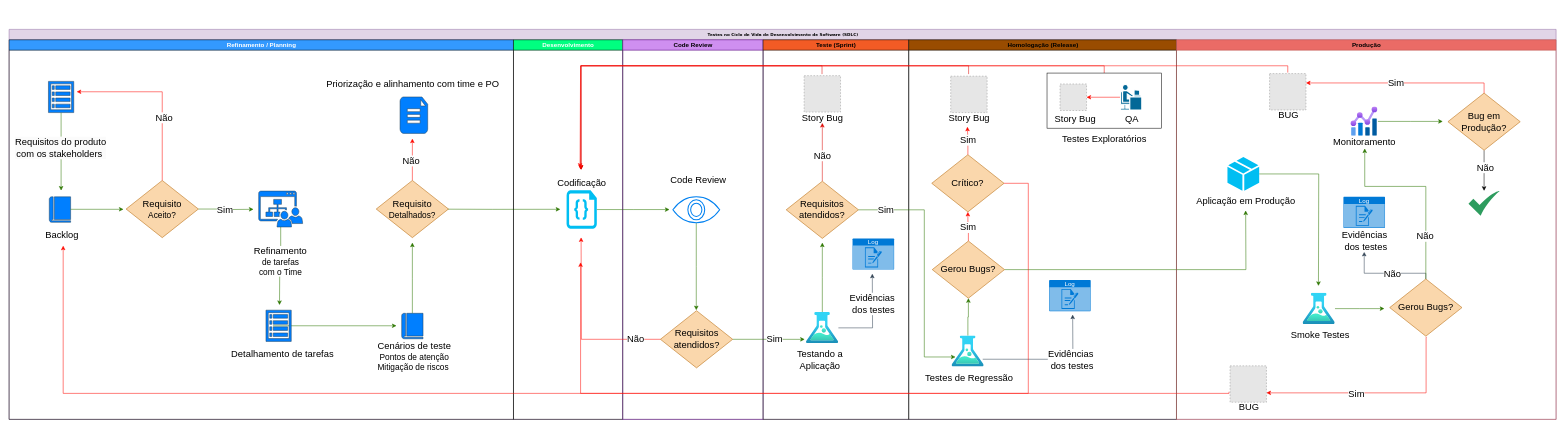
Earlier version of the draw.io diagram Testes no SDLC.drawio (QuintilianoNery/TestesNoSDLC). Source tidied: cells renumbered, new cells numbered last; positions are measured from the earlier drawing's top-left corner, leaving out a move shared by most shapes. Both pictures are drawn from the tidied source at 52%, with x=0, y=0 at pixel (9, 29). Pictures stored in the file or linked from it are replaced by grey dashed boxes.
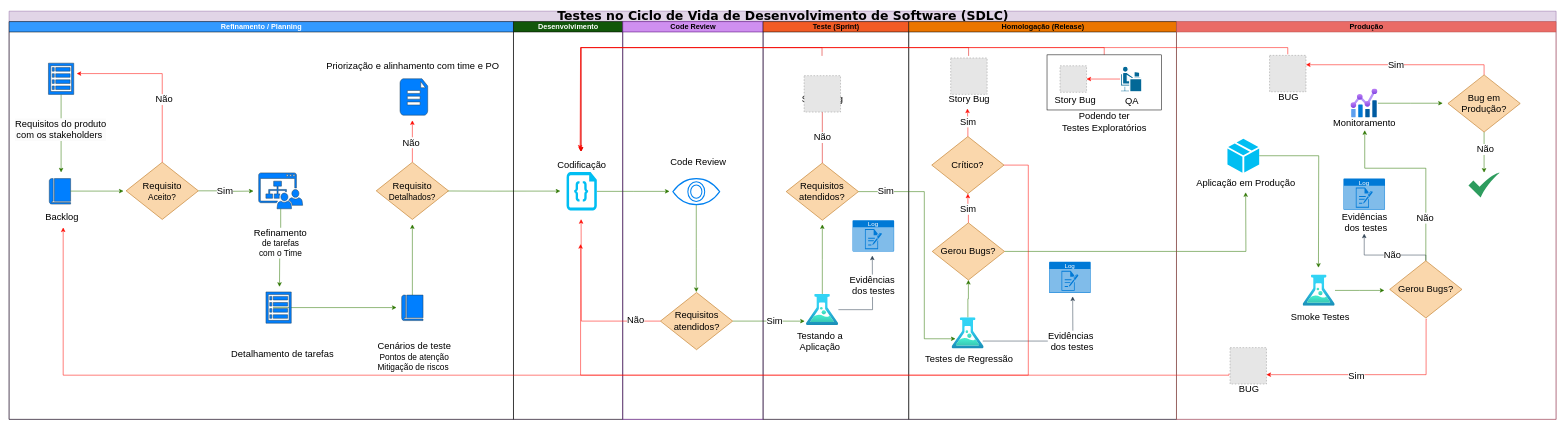
After the change.

The change refers to these unchanged cells:
```xml
<mxCell id="107" value="&lt;span style=&quot;font-size: 18px;&quot;&gt;Bug em Produção?&lt;/span&gt;" style="rhombus;whiteSpace=wrap;html=1;fillColor=#fad7ac;strokeColor=#b46504;" parent="82" vertex="1">
  <mxGeometry x="522" y="102.5" width="139" height="110" as="geometry" />
</mxCell>
<mxCell id="108" style="sketch=0;html=1;strokeColor=none;shadow=0;align=center;fillColor=#2D9C5E;verticalAlign=top;labelPosition=center;verticalLabelPosition=bottom;shape=mxgraph.gcp2.check;" parent="82" vertex="1">
  <mxGeometry x="561.5" y="290.5" width="60" height="48" as="geometry" />
</mxCell>
```

Change to the diagram source:
```diff
@@
-    <mxCell id="2" value="Testes no Ciclo de Vida de Desenvolvimento de Software (SDLC)" style="swimlane;html=1;startSize=20;rounded=0;shadow=0;labelBackgroundColor=none;strokeWidth=1;fontFamily=Verdana;fontSize=8;align=center;fillColor=#e1d5e7;strokeColor=#9673a6;" parent="1" vertex="1">
-      <mxGeometry width="2975" height="750" as="geometry" />
+    <mxCell id="2" value="&lt;font style=&quot;font-size: 24px;&quot;&gt;Testes no Ciclo de Vida de Desenvolvimento de Software (SDLC)&lt;/font&gt;" style="swimlane;html=1;startSize=20;rounded=0;shadow=0;labelBackgroundColor=none;strokeWidth=1;fontFamily=Verdana;fontSize=8;align=center;fillColor=#e1d5e7;strokeColor=#9673a6;" parent="1" vertex="1">
+      <mxGeometry y="-35" width="2975" height="785" as="geometry" />
     </mxCell>
-    <mxCell id="3" value="Refinamento / Planning" style="swimlane;html=1;startSize=20;fillColor=#3399FF;strokeColor=#000000;fontColor=#ffffff;fillStyle=solid;gradientColor=none;" parent="2" vertex="1">
-      <mxGeometry y="20" width="970" height="730" as="geometry" />
+    <mxCell id="3" value="&lt;font style=&quot;font-size: 14px;&quot;&gt;Refinamento / Planning&lt;/font&gt;" style="swimlane;html=1;startSize=20;fillColor=#3399FF;strokeColor=#000000;fontColor=#ffffff;fillStyle=solid;gradientColor=none;" parent="2" vertex="1">
+      <mxGeometry y="20" width="970" height="765" as="geometry" />
     </mxCell>
@@
-    <mxCell id="28" value="Desenvolvimento" style="swimlane;html=1;startSize=20;fillColor=#00FF80;strokeColor=#000000;fontColor=#ffffff;" parent="2" vertex="1">
-      <mxGeometry x="970" y="20" width="210" height="730" as="geometry" />
+    <mxCell id="28" value="&lt;font style=&quot;font-size: 14px;&quot;&gt;Desenvolvimento&lt;/font&gt;" style="swimlane;html=1;startSize=20;fillColor=#12570A;strokeColor=#000000;fontColor=#ffffff;fillStyle=solid;" parent="2" vertex="1">
+      <mxGeometry x="970" y="20" width="210" height="765" as="geometry" />
     </mxCell>
@@
-    <mxCell id="32" value="Code Review" style="swimlane;html=1;startSize=20;fillColor=#CF8FF0;strokeColor=#500075;fillStyle=solid;" parent="2" vertex="1">
-      <mxGeometry x="1180" y="20" width="270" height="730" as="geometry" />
+    <mxCell id="32" value="&lt;font style=&quot;font-size: 14px;&quot;&gt;Code Review&lt;/font&gt;" style="swimlane;html=1;startSize=20;fillColor=#CF8FF0;strokeColor=#500075;fillStyle=solid;" parent="2" vertex="1">
+      <mxGeometry x="1180" y="20" width="270" height="765" as="geometry" />
     </mxCell>
@@
-    <mxCell id="41" value="Teste (Sprint)" style="swimlane;html=1;startSize=20;strokeColor=#000000;fillColor=#F25B25;" parent="2" vertex="1">
-      <mxGeometry x="1450" y="20" width="280" height="730" as="geometry" />
+    <mxCell id="41" value="&lt;font style=&quot;font-size: 14px;&quot;&gt;Teste (Sprint)&lt;/font&gt;" style="swimlane;html=1;startSize=20;strokeColor=#000000;fillColor=#F25B25;" parent="2" vertex="1">
+      <mxGeometry x="1450" y="20" width="280" height="765" as="geometry" />
     </mxCell>
@@
-    <mxCell id="53" value="Homologação (Release)" style="swimlane;html=1;startSize=20;fillColor=#994C00;" parent="2" vertex="1">
-      <mxGeometry x="1730" y="20" width="515" height="730" as="geometry" />
+    <mxCell id="53" value="&lt;font style=&quot;font-size: 14px;&quot;&gt;Homologação (Release)&lt;/font&gt;" style="swimlane;html=1;startSize=20;fillColor=#EB7500;" parent="2" vertex="1">
+      <mxGeometry x="1730" y="20" width="515" height="765" as="geometry" />
     </mxCell>
@@
-    <mxCell id="76" value="&lt;font style=&quot;font-size: 18px;&quot;&gt;Testes Exploratórios&lt;/font&gt;" style="text;html=1;align=center;verticalAlign=middle;strokeColor=none;fillColor=none;" parent="53" vertex="1">
-      <mxGeometry x="286" y="175" width="180" height="34" as="geometry" />
+    <mxCell id="76" value="&lt;font style=&quot;font-size: 18px;&quot;&gt;Podendo ter&lt;br&gt;Testes Exploratórios&lt;/font&gt;" style="text;html=1;align=center;verticalAlign=middle;strokeColor=none;fillColor=none;" parent="53" vertex="1">
+      <mxGeometry x="286" y="165" width="180" height="55" as="geometry" />
     </mxCell>
@@
-    <mxCell id="82" value="Produção" style="swimlane;html=1;startSize=20;fillColor=#EA6B66;strokeColor=#b85450;" parent="2" vertex="1">
-      <mxGeometry x="2245" y="20" width="730" height="730" as="geometry" />
+    <mxCell id="82" value="&lt;font style=&quot;font-size: 14px;&quot;&gt;Produção&lt;/font&gt;" style="swimlane;html=1;startSize=20;fillColor=#EA6B66;strokeColor=#b85450;" parent="2" vertex="1">
+      <mxGeometry x="2245" y="20" width="730" height="765" as="geometry" />
     </mxCell>
@@
-    <mxCell id="103" style="edgeStyle=orthogonalEdgeStyle;rounded=0;jettySize=auto;html=1;" parent="82" edge="1" source="107" target="108">
+    <mxCell id="103" style="edgeStyle=orthogonalEdgeStyle;rounded=0;jettySize=auto;html=1;fillColor=#60a917;strokeColor=#2D7600;flowAnimation=1;" parent="82" edge="1" source="107" target="108">
       <mxGeometry relative="1" as="geometry" />
     </mxCell>
```
